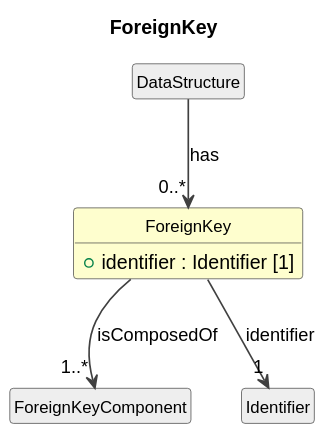
Earlier version of the PlantUML export cdif-uml-model/_plantuml/cdifDataStructure/Classes/ForeignKey.svg (Cross-Domain-Interoperability-Framework/metadataBuildingBlocks).
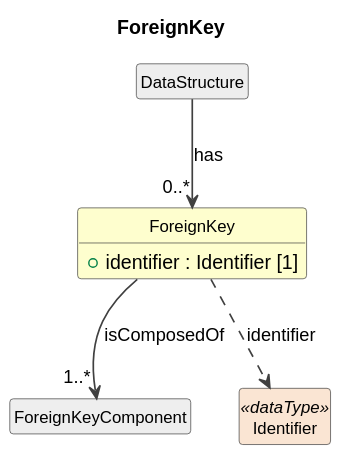
The same file after the commit.

Change to the diagram source:
```diff
@@ -17,6 +17,6 @@
 DataStructure --> "0..*" ForeignKey : has
 class "ForeignKeyComponent" as ForeignKeyComponent #EEEEEE
 ForeignKey --> "1..*" ForeignKeyComponent : isComposedOf
-class "Identifier" as Identifier #EEEEEE
-ForeignKey --> "1" Identifier : identifier
+class "Identifier" as Identifier <<dataType>> #FAE5D3
+ForeignKey ..> Identifier : identifier
 @enduml
```
